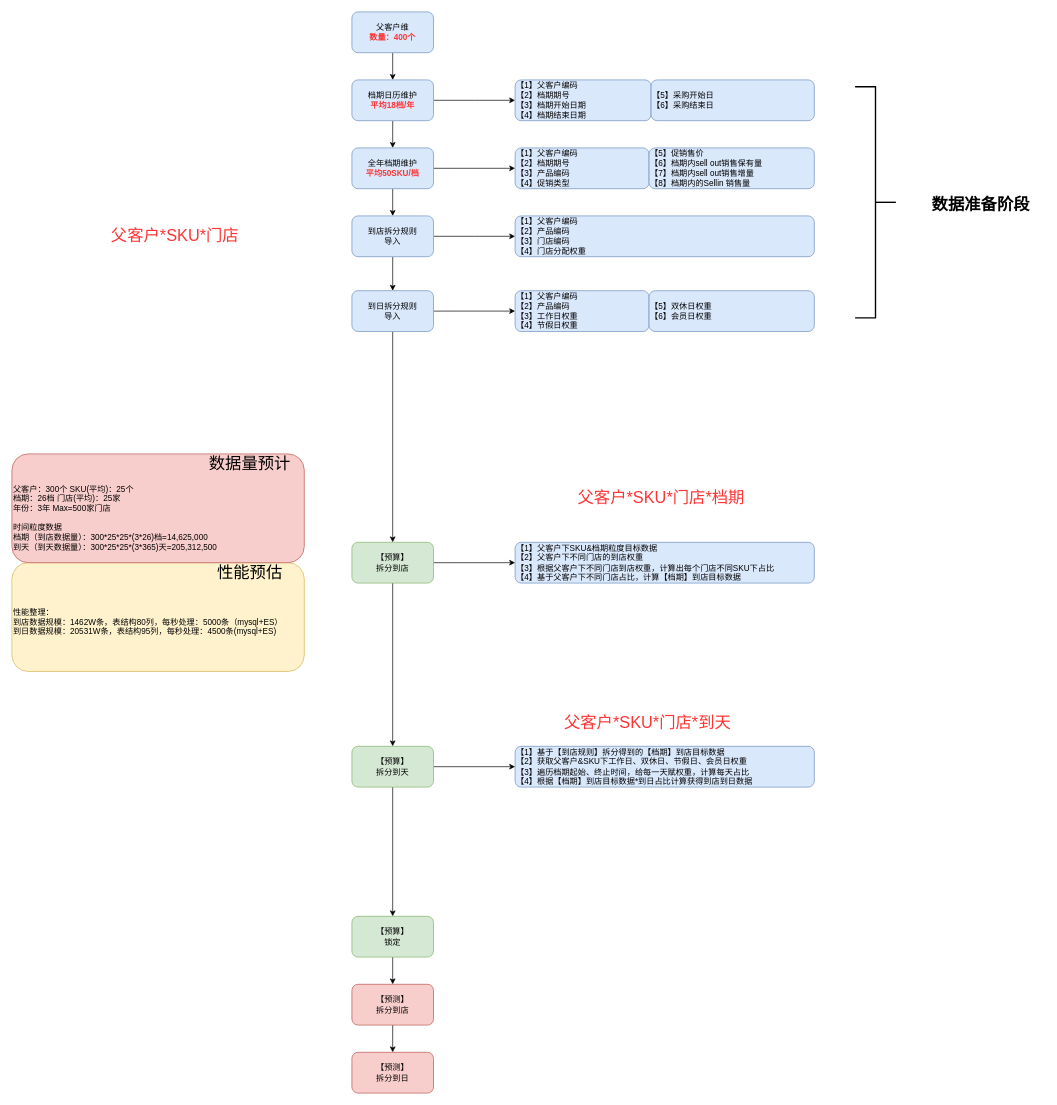
Before: KA核心流程复盘.drawio in 18857545022/-, a draw.io diagram. Source tidied: cells renumbered, new cells numbered last; positions are measured from the earlier drawing's top-left corner, leaving out a move shared by most shapes. Both pictures are drawn from the tidied source at 68%, with x=0, y=0 at pixel (12, 12).
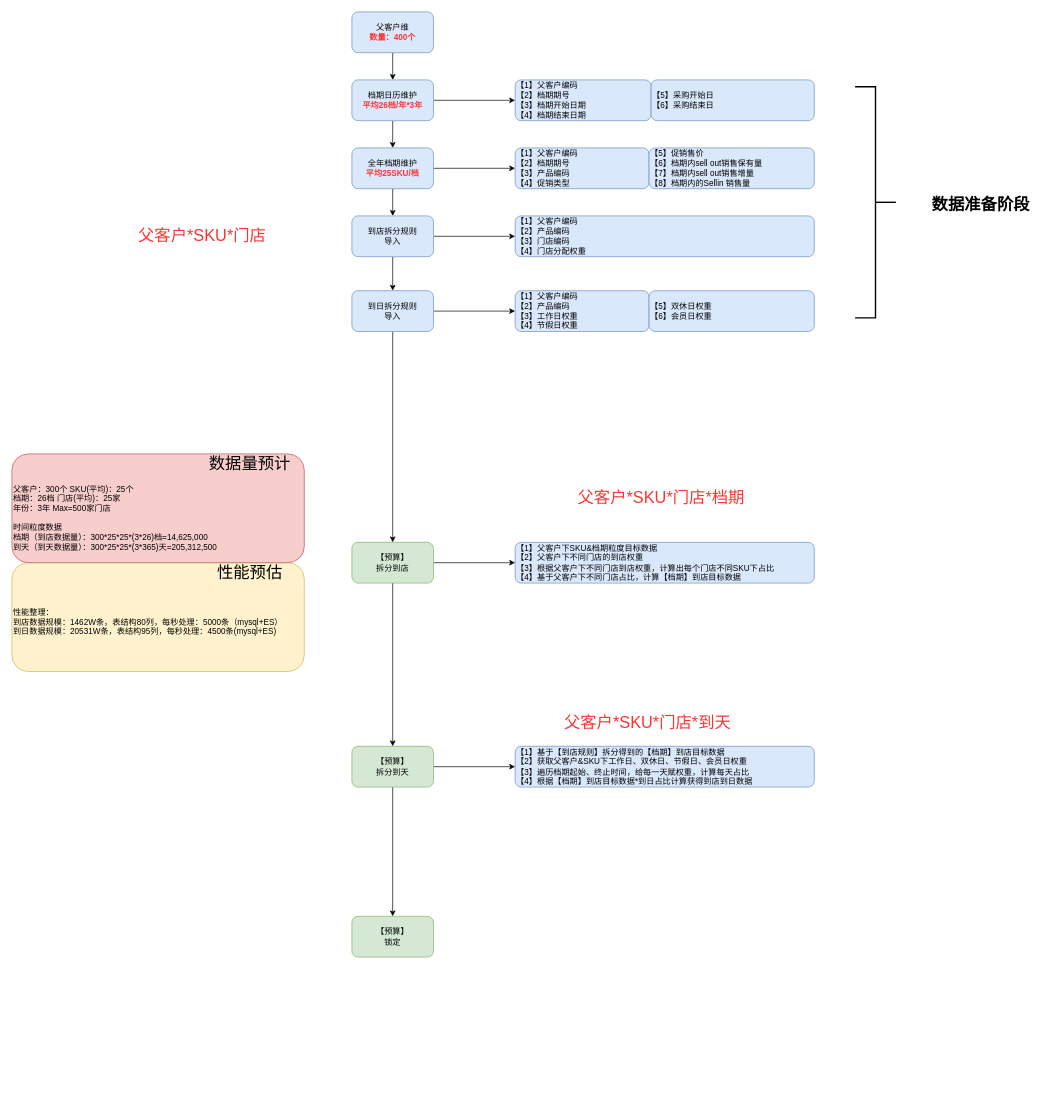
Above is the later version.

Commit message (it also covers changes not shown here):
更新KA核心流程复盘.drawio

The change refers to these unchanged cells:
```xml
<mxCell id="22" value="【预算】&lt;br&gt;锁定" style="whiteSpace=wrap;html=1;rounded=1;fillColor=#d5e8d4;strokeColor=#82b366;" parent="1" vertex="1">
  <mxGeometry x="500" y="1330" width="120" height="60" as="geometry" />
</mxCell>
```

Change to the diagram source:
```diff
@@
-    <mxCell id="4" value="档期日历维护&lt;br&gt;&lt;b&gt;&lt;font color=&quot;#ff3333&quot;&gt;平均18档/年&lt;/font&gt;&lt;/b&gt;" style="rounded=1;whiteSpace=wrap;html=1;fillColor=#dae8fc;strokeColor=#6c8ebf;" parent="1" vertex="1">
+    <mxCell id="4" value="档期日历维护&lt;br&gt;&lt;b&gt;&lt;font color=&quot;#ff3333&quot;&gt;平均26档/年*3年&lt;/font&gt;&lt;/b&gt;" style="rounded=1;whiteSpace=wrap;html=1;fillColor=#dae8fc;strokeColor=#6c8ebf;" parent="1" vertex="1">
       <mxGeometry x="500" y="100" width="120" height="60" as="geometry" />
     </mxCell>
@@
-    <mxCell id="7" value="全年档期维护&lt;br&gt;&lt;font color=&quot;#ff3333&quot;&gt;&lt;b&gt;平均50SKU/档&lt;/b&gt;&lt;/font&gt;" style="rounded=1;whiteSpace=wrap;html=1;fillColor=#dae8fc;strokeColor=#6c8ebf;" parent="1" vertex="1">
+    <mxCell id="7" value="全年档期维护&lt;br&gt;&lt;font color=&quot;#ff3333&quot;&gt;&lt;b&gt;平均25SKU/档&lt;/b&gt;&lt;/font&gt;" style="rounded=1;whiteSpace=wrap;html=1;fillColor=#dae8fc;strokeColor=#6c8ebf;" parent="1" vertex="1">
       <mxGeometry x="500" y="200" width="120" height="60" as="geometry" />
     </mxCell>
@@
-    <mxCell id="21" style="edgeStyle=orthogonalEdgeStyle;rounded=0;jettySize=auto;html=1;exitX=0.5;exitY=1;exitDx=0;exitDy=0;entryX=0.5;entryY=0;entryDx=0;entryDy=0;" parent="1" edge="1" source="22" target="24">
-      <mxGeometry relative="1" as="geometry" />
-    </mxCell>
@@
-    <mxCell id="23" style="edgeStyle=orthogonalEdgeStyle;rounded=0;jettySize=auto;html=1;" parent="1" edge="1" source="24" target="25">
-      <mxGeometry relative="1" as="geometry" />
-    </mxCell>
-    <mxCell id="24" value="【预测】&lt;br&gt;拆分到店" style="whiteSpace=wrap;html=1;rounded=1;fillColor=#f8cecc;strokeColor=#b85450;" parent="1" vertex="1">
-      <mxGeometry x="500" y="1430" width="120" height="60" as="geometry" />
-    </mxCell>
-    <mxCell id="25" value="【预测】&lt;br&gt;拆分到日" style="whiteSpace=wrap;html=1;rounded=1;fillColor=#f8cecc;strokeColor=#b85450;" parent="1" vertex="1">
-      <mxGeometry x="500" y="1530" width="120" height="60" as="geometry" />
-    </mxCell>
@@
     <mxCell id="42" value="父客户*SKU*门店" style="text;html=1;strokeColor=none;fillColor=none;align=center;verticalAlign=middle;whiteSpace=wrap;rounded=0;fontSize=24;fontColor=#FF3333;" parent="1" vertex="1">
-      <mxGeometry x="120" y="315" width="240" height="30" as="geometry" />
+      <mxGeometry x="160" y="315" width="240" height="30" as="geometry" />
     </mxCell>
```
